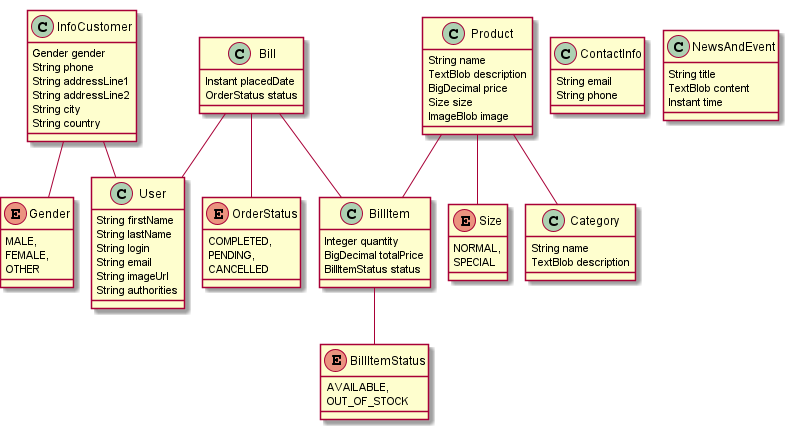
This is doc/final.png from YenNguyen85/Do-an-nganh, a PlantUML export, as it was before one commit. Its diagram source:
```plantuml
@startuml
	!pragma graphviz_dot jdot
	!pragma syntax class
	enum Gender {
		MALE,
		FEMALE,
		OTHER
	}
	class ContactInfo  {
		String email
		String phone
	}
	class NewsAndEvent  {
		String title
		TextBlob content
		Instant time
	}
	class InfoCustomer  {
		Gender gender
		String phone
		String addressLine1
		String addressLine2
		String city
		String country
	}
	InfoCustomer ..> Gender
	enum Size {
		NORMAL,
		SPECIAL
	}
	class Product  {
		String name
		TextBlob description
		BigDecimal price
		Size size
		ImageBlob image
	}
	Product ..> Size
	class Category  {
		String name
		TextBlob description
	}
	enum OrderStatus {
		COMPLETED,
		PENDING,
		CANCELLED
	}
	class Bill  {
		Instant placedDate
		OrderStatus status
	}
	Bill ..> OrderStatus
	enum BillItemStatus {
		AVAILABLE,
		OUT_OF_STOCK
	}
	class BillItem  {
		Integer quantity
		BigDecimal totalPrice
		BillItemStatus status
	}
	BillItem ..> BillItemStatus
	InfoCustomer  "user(login) 0..1 " -- "0..1 "  User
	Product  "Category(name) 0..* " o--o "product 0..* "  Category
	Bill  "billItem 0..1 " --o "bill 0..* "  BillItem
	Product  "billItem 0..1 " --o "product(name) 0..* "  BillItem
	Bill  "user(email) 0..* " o-- "0..1 "  User
	class User  {
		String firstName
		String lastName
		String login
		String email
		String imageUrl
		String authorities
	}
@enduml
```
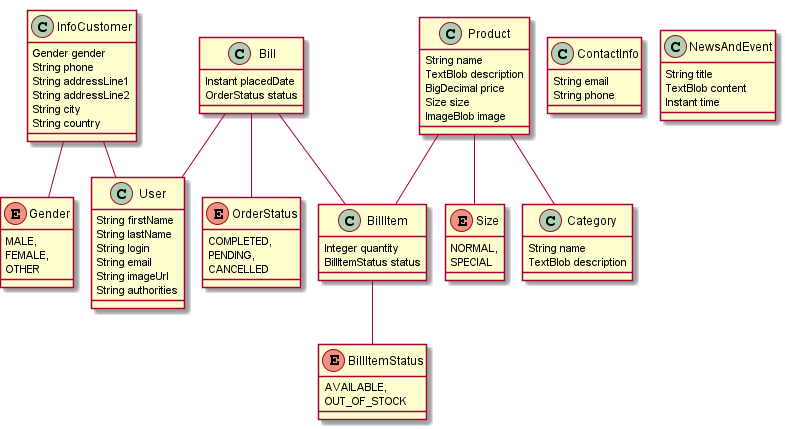
Later version of the same file.

Commit message:
remove total price from bill item

Diff of the diagram source:
```diff
@@ -56,7 +56,6 @@
 	}
 	class BillItem  {
 		Integer quantity
-		BigDecimal totalPrice
 		BillItemStatus status
 	}
 	BillItem ..> BillItemStatus
```
